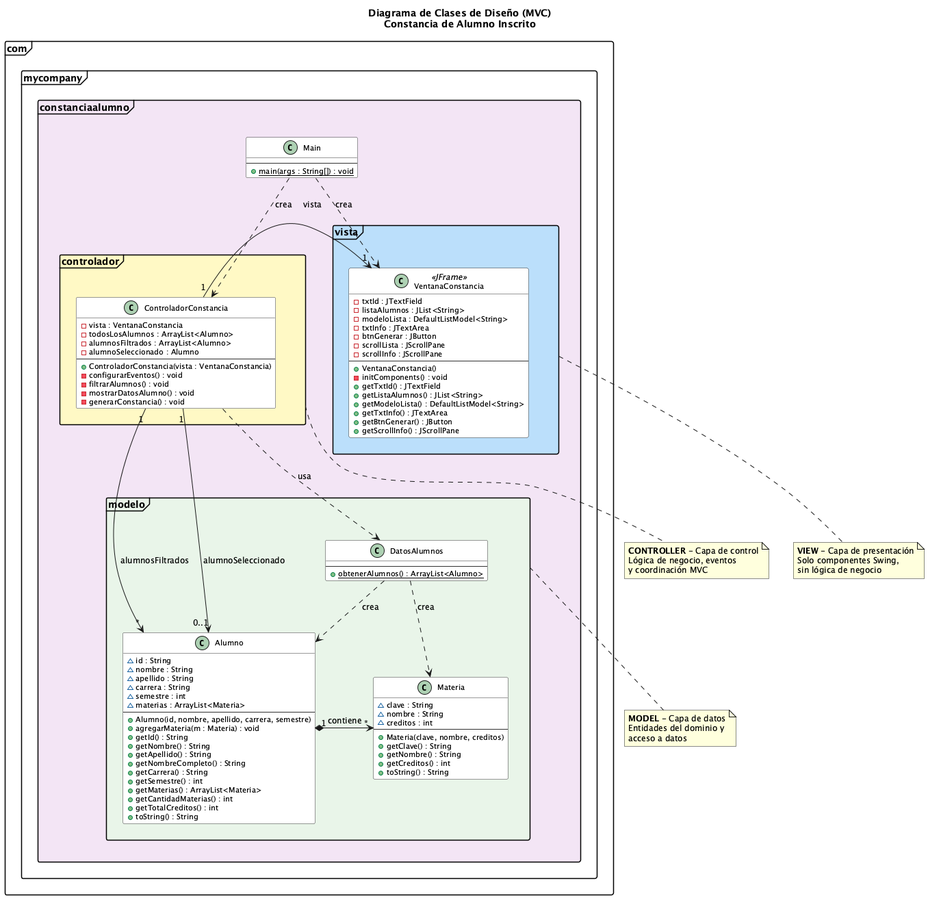
Above: diagramas/04_clases_diseno_mvc.png in AlejandroMontijo/ConstanciaAlumno (PlantUML), before the change.
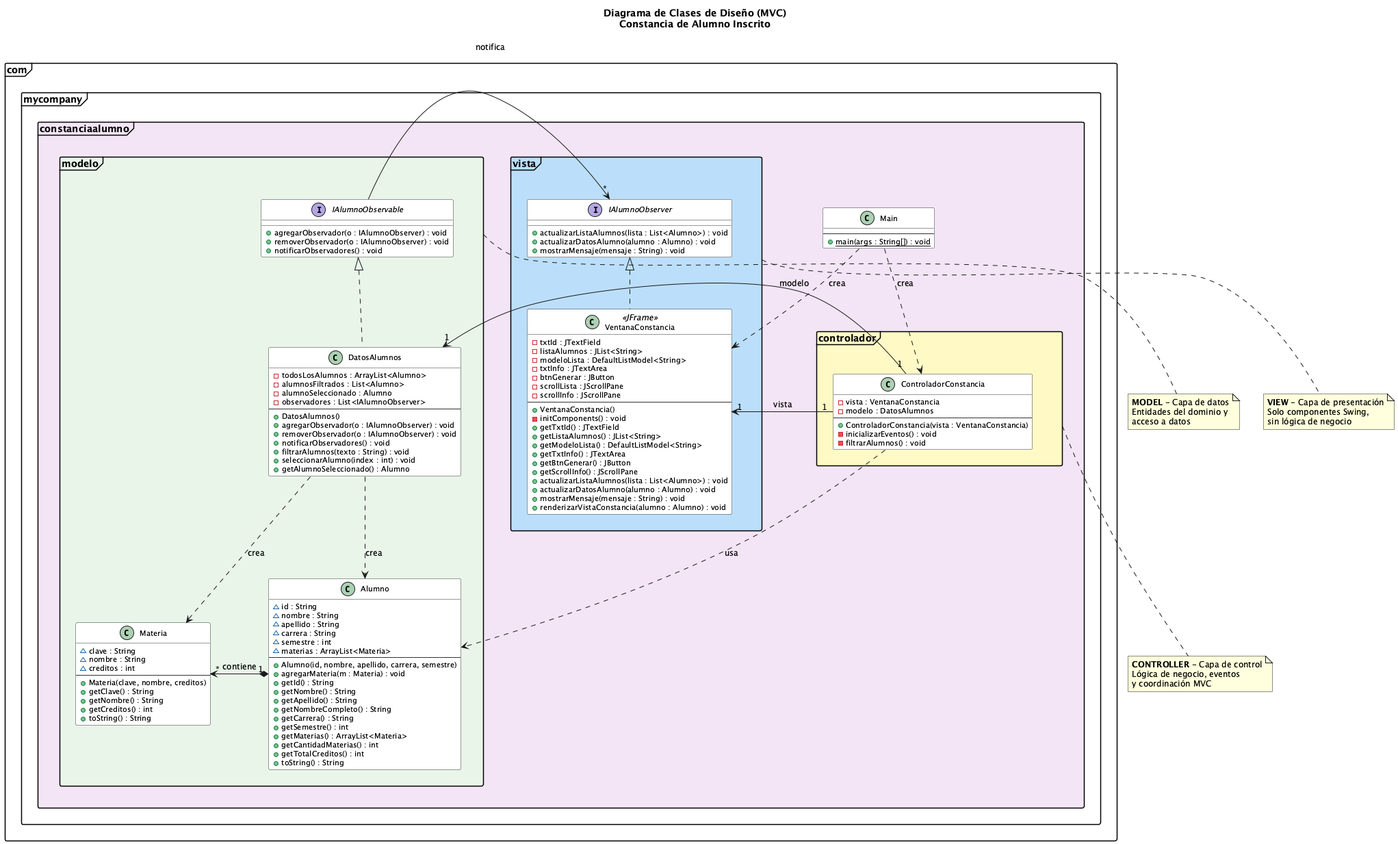
After the commit.

Commit message:
Refactor architecture to use Observer Pattern and Interface Segregation (GRASP) and updated UML diagrams

Change to the diagram source:
```diff
@@ -45,10 +45,28 @@
         + toString() : String
     }
 
+    interface IAlumnoObservable {
+        + agregarObservador(o : IAlumnoObserver) : void
+        + removerObservador(o : IAlumnoObserver) : void
+        + notificarObservadores() : void
+    }
+
     class DatosAlumnos {
+        - todosLosAlumnos : ArrayList<Alumno>
+        - alumnosFiltrados : List<Alumno>
+        - alumnoSeleccionado : Alumno
+        - observadores : List<IAlumnoObserver>
         --
-        + {static} obtenerAlumnos() : ArrayList<Alumno>
+        + DatosAlumnos()
+        + agregarObservador(o : IAlumnoObserver) : void
+        + removerObservador(o : IAlumnoObserver) : void
+        + notificarObservadores() : void
+        + filtrarAlumnos(texto : String) : void
+        + seleccionarAlumno(index : int) : void
+        + getAlumnoSeleccionado() : Alumno
     }
+
+    DatosAlumnos .up.|> IAlumnoObservable
 
     Alumno "1" *-right-> "*" Materia : contiene
     DatosAlumnos ..> Alumno : crea
@@ -56,6 +74,12 @@
 }
 
 package "com.mycompany.constanciaalumno.vista" #BBDEFB {
+    interface IAlumnoObserver {
+        + actualizarListaAlumnos(lista : List<Alumno>) : void
+        + actualizarDatosAlumno(alumno : Alumno) : void
+        + mostrarMensaje(mensaje : String) : void
+    }
+
     class VentanaConstancia <<JFrame>> {
         - txtId : JTextField
         - listaAlumnos : JList<String>
@@ -73,21 +97,23 @@
         + getTxtInfo() : JTextArea
         + getBtnGenerar() : JButton
         + getScrollInfo() : JScrollPane
+        + actualizarListaAlumnos(lista : List<Alumno>) : void
+        + actualizarDatosAlumno(alumno : Alumno) : void
+        + mostrarMensaje(mensaje : String) : void
+        + renderizarVistaConstancia(alumno : Alumno) : void
     }
+
+    VentanaConstancia .up.|> IAlumnoObserver
 }
 
 package "com.mycompany.constanciaalumno.controlador" #FFF9C4 {
     class ControladorConstancia {
         - vista : VentanaConstancia
-        - todosLosAlumnos : ArrayList<Alumno>
-        - alumnosFiltrados : ArrayList<Alumno>
-        - alumnoSeleccionado : Alumno
+        - modelo : DatosAlumnos
         --
         + ControladorConstancia(vista : VentanaConstancia)
-        - configurarEventos() : void
+        - inicializarEventos() : void
         - filtrarAlumnos() : void
-        - mostrarDatosAlumno() : void
-        - generarConstancia() : void
     }
 }
 
@@ -99,9 +125,9 @@
 }
 
 ControladorConstancia "1" -left-> "1" VentanaConstancia : vista
-ControladorConstancia "1" --> "*" Alumno : alumnosFiltrados
-ControladorConstancia "1" --> "0..1" Alumno : alumnoSeleccionado
-ControladorConstancia ..> DatosAlumnos : usa
+ControladorConstancia "1" -down-> "1" DatosAlumnos : modelo
+ControladorConstancia ..> Alumno : usa
+IAlumnoObservable -> "*" IAlumnoObserver : notifica
 Main ..> VentanaConstancia : crea
 Main ..> ControladorConstancia : crea
 
```
